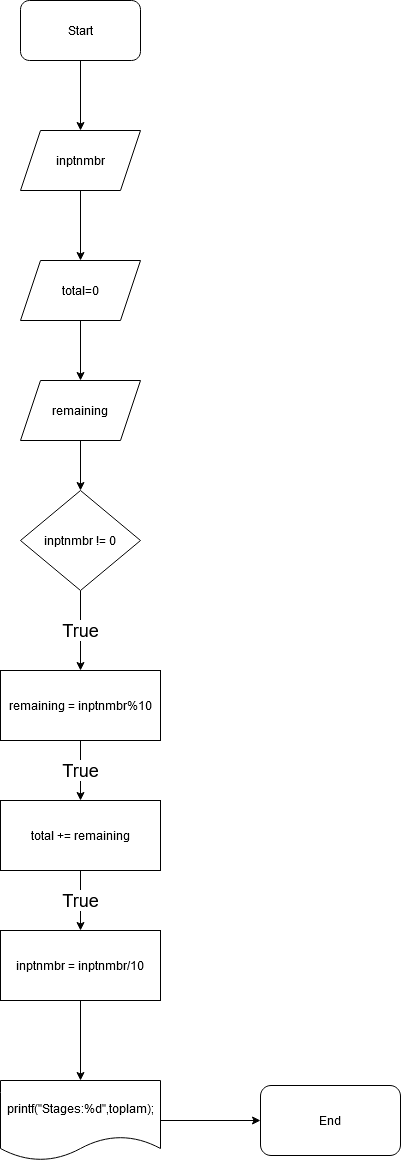
RamizAbbasov/Stages keeps this draw.io diagram as stages.png. Above is the earlier version. Source tidied: cells renumbered, new cells last; positions are measured from the earlier drawing's top-left corner, leaving out a move shared by most shapes.
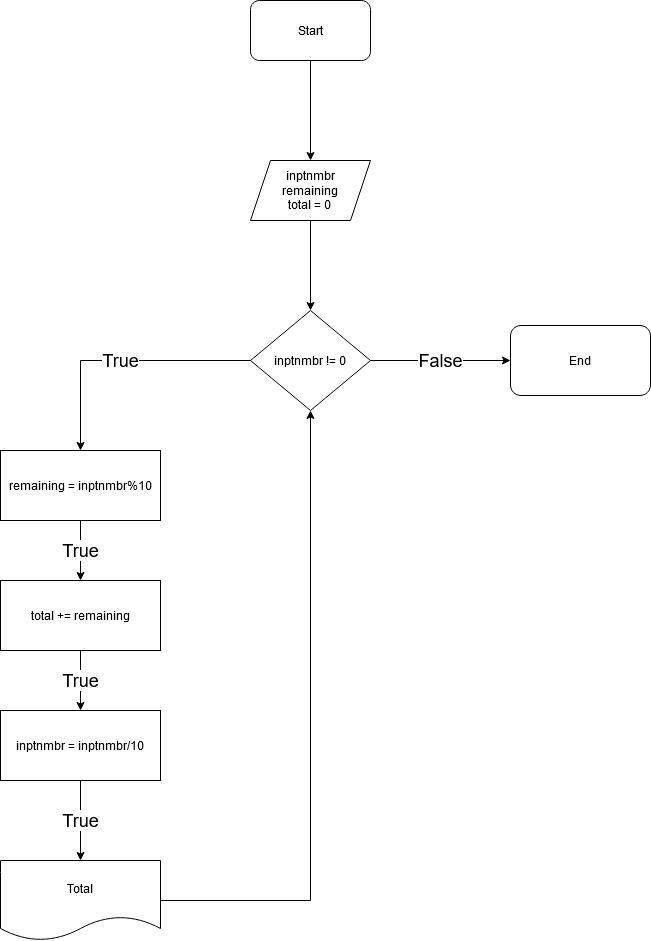
After the commit.

Change to the diagram source:
```diff
@@ -6,31 +6,22 @@
       <mxGeometry relative="1" as="geometry" />
     </mxCell>
     <mxCell id="3" value="Start" style="rounded=1;whiteSpace=wrap;html=1;" parent="1" vertex="1">
-      <mxGeometry x="20" width="120" height="60" as="geometry" />
+      <mxGeometry x="250" y="220" width="120" height="60" as="geometry" />
     </mxCell>
-    <mxCell id="4" style="edgeStyle=orthogonalEdgeStyle;rounded=0;jettySize=auto;html=1;" parent="1" edge="1" source="5" target="7">
-      <mxGeometry relative="1" as="geometry" />
-    </mxCell>
+    <mxCell id="21" style="edgeStyle=orthogonalEdgeStyle;rounded=0;jettySize=auto;html=1;" parent="1" edge="1" source="5" target="11">
+      <mxGeometry relative="1" as="geometry" />
+    </mxCell>
-    <mxCell id="5" value="inptnmbr" style="shape=parallelogram;perimeter=parallelogramPerimeter;whiteSpace=wrap;html=1;fixedSize=1;" parent="1" vertex="1">
-      <mxGeometry x="20" y="130" width="120" height="60" as="geometry" />
+    <mxCell id="5" value="&lt;div&gt;inptnmbr&lt;/div&gt;&lt;div&gt;remaining&lt;/div&gt;&lt;div&gt;total = 0&lt;br&gt;&lt;/div&gt;" style="shape=parallelogram;perimeter=parallelogramPerimeter;whiteSpace=wrap;html=1;fixedSize=1;" parent="1" vertex="1">
+      <mxGeometry x="250" y="380" width="120" height="60" as="geometry" />
     </mxCell>
-    <mxCell id="6" style="edgeStyle=orthogonalEdgeStyle;rounded=0;jettySize=auto;html=1;" parent="1" edge="1" source="7" target="9">
-      <mxGeometry relative="1" as="geometry" />
-    </mxCell>
-    <mxCell id="7" value="total=0" style="shape=parallelogram;perimeter=parallelogramPerimeter;whiteSpace=wrap;html=1;fixedSize=1;" parent="1" vertex="1">
-      <mxGeometry x="20" y="260" width="120" height="60" as="geometry" />
-    </mxCell>
-    <mxCell id="8" style="edgeStyle=orthogonalEdgeStyle;rounded=0;jettySize=auto;html=1;" parent="1" edge="1" source="9" target="11">
-      <mxGeometry relative="1" as="geometry" />
-    </mxCell>
-    <mxCell id="9" value="remaining" style="shape=parallelogram;perimeter=parallelogramPerimeter;whiteSpace=wrap;html=1;fixedSize=1;" parent="1" vertex="1">
-      <mxGeometry x="20" y="380" width="120" height="60" as="geometry" />
-    </mxCell>
     <mxCell id="10" value="&lt;font style=&quot;font-size: 18px&quot;&gt;True&lt;/font&gt;" style="edgeStyle=orthogonalEdgeStyle;rounded=0;jettySize=auto;html=1;" parent="1" edge="1" source="11" target="13">
       <mxGeometry relative="1" as="geometry" />
     </mxCell>
+    <mxCell id="22" value="&lt;font style=&quot;font-size: 18px&quot;&gt;False&lt;/font&gt;" style="edgeStyle=orthogonalEdgeStyle;rounded=0;jettySize=auto;html=1;" parent="1" edge="1" source="11" target="20">
+      <mxGeometry relative="1" as="geometry" />
+    </mxCell>
     <mxCell id="11" value="inptnmbr != 0" style="rhombus;whiteSpace=wrap;html=1;" parent="1" vertex="1">
-      <mxGeometry x="20" y="490" width="120" height="100" as="geometry" />
+      <mxGeometry x="250" y="530" width="120" height="100" as="geometry" />
     </mxCell>
     <mxCell id="12" value="&lt;font style=&quot;font-size: 18px&quot;&gt;True&lt;/font&gt;" style="edgeStyle=orthogonalEdgeStyle;rounded=0;jettySize=auto;html=1;" parent="1" edge="1" source="13" target="15">
       <mxGeometry relative="1" as="geometry" />
@@ -44,20 +35,20 @@
     <mxCell id="15" value="total += remaining" style="whiteSpace=wrap;html=1;" parent="1" vertex="1">
       <mxGeometry y="800" width="160" height="70" as="geometry" />
     </mxCell>
-    <mxCell id="16" style="edgeStyle=orthogonalEdgeStyle;rounded=0;jettySize=auto;html=1;" parent="1" edge="1" source="17" target="19">
+    <mxCell id="16" value="&lt;font style=&quot;font-size: 18px&quot;&gt;True&lt;/font&gt;" style="edgeStyle=orthogonalEdgeStyle;rounded=0;jettySize=auto;html=1;" parent="1" edge="1" source="17" target="19">
       <mxGeometry relative="1" as="geometry" />
     </mxCell>
     <mxCell id="17" value="inptnmbr = inptnmbr/10" style="whiteSpace=wrap;html=1;" parent="1" vertex="1">
       <mxGeometry y="930" width="160" height="70" as="geometry" />
     </mxCell>
-    <mxCell id="18" style="edgeStyle=orthogonalEdgeStyle;rounded=0;jettySize=auto;html=1;" parent="1" edge="1" source="19" target="20">
-      <mxGeometry relative="1" as="geometry" />
-    </mxCell>
+    <mxCell id="23" style="edgeStyle=orthogonalEdgeStyle;rounded=0;jettySize=auto;html=1;entryX=0.5;entryY=1;entryDx=0;entryDy=0;" parent="1" edge="1" source="19" target="11">
+      <mxGeometry relative="1" as="geometry" />
+    </mxCell>
-    <mxCell id="19" value="printf(&quot;Stages:%d&quot;,toplam);" style="shape=document;whiteSpace=wrap;html=1;boundedLbl=1;" parent="1" vertex="1">
+    <mxCell id="19" value="Total" style="shape=document;whiteSpace=wrap;html=1;boundedLbl=1;" parent="1" vertex="1">
       <mxGeometry y="1080" width="160" height="80" as="geometry" />
     </mxCell>
     <mxCell id="20" value="End" style="rounded=1;whiteSpace=wrap;html=1;" parent="1" vertex="1">
-      <mxGeometry x="260" y="1085" width="140" height="70" as="geometry" />
+      <mxGeometry x="510" y="545" width="140" height="70" as="geometry" />
     </mxCell>
   </root>
 </mxGraphModel>
```
